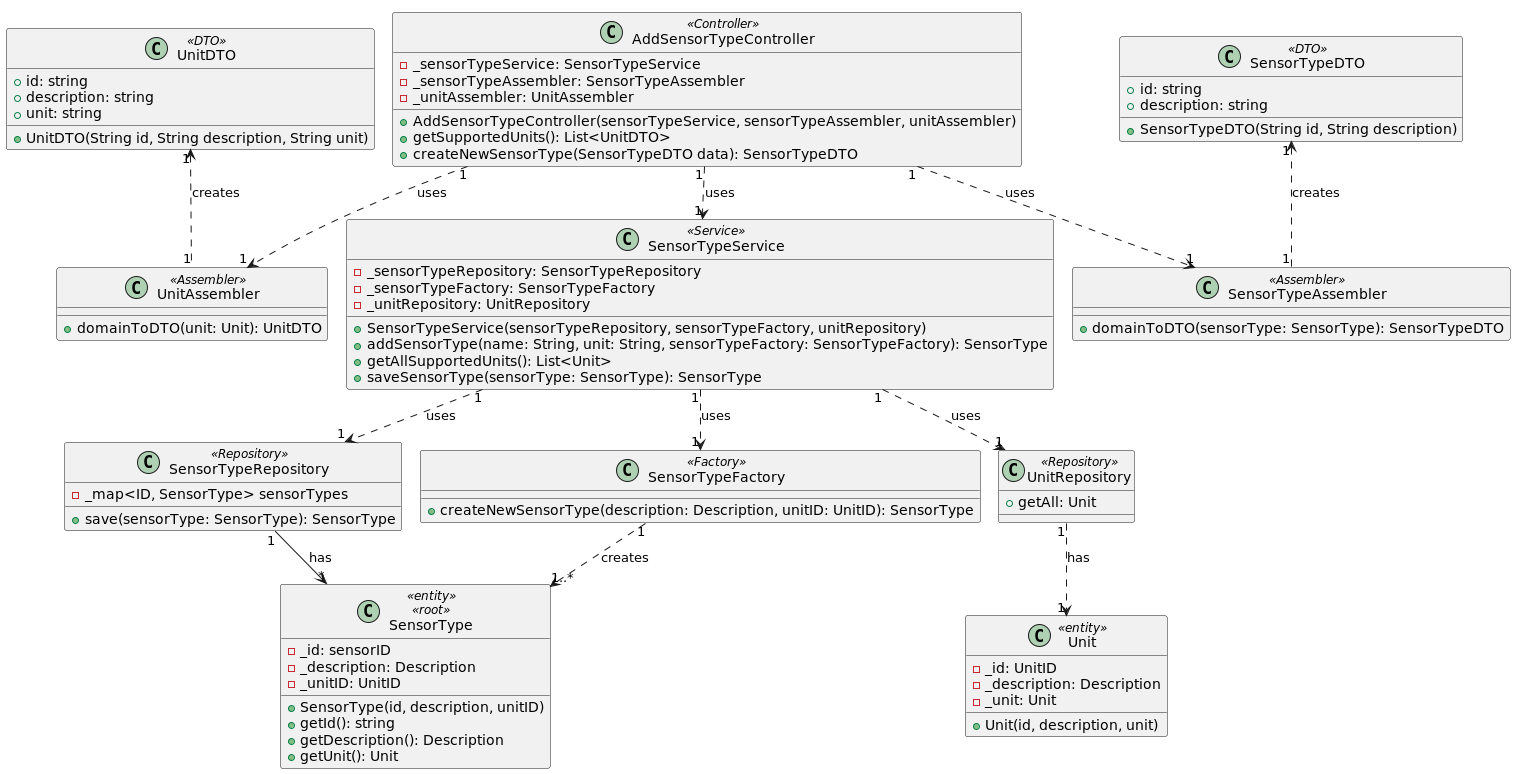
Above: docs/userStories/us04/artifacts/US04CD.png in olivDiogo/SmartHome (PlantUML), before the change. Source of this version:
```plantuml
@startuml
!pragma layout smetana

class SensorType<<entity>> <<root>> {
  - _id: sensorID
  - _description: Description
  - _unitID: UnitID
  + SensorType(id, description, unitID)
  + getId(): string
  + getDescription(): Description
  + getUnit(): Unit
  }

class SensorTypeFactory<<Factory>> {
  + createNewSensorType(description: Description, unitID: UnitID): SensorType
  }

class SensorTypeRepository<<Repository>> {
  - _map<ID, SensorType> sensorTypes
  + save(sensorType: SensorType): SensorType
  }
class SensorTypeService<<Service>> {
    - _sensorTypeRepository: SensorTypeRepository
    - _sensorTypeFactory: SensorTypeFactory
    - _unitRepository: UnitRepository
  + SensorTypeService(sensorTypeRepository, sensorTypeFactory, unitRepository)
  + addSensorType(name: String, unit: String, sensorTypeFactory: SensorTypeFactory): SensorType
  + getAllSupportedUnits(): List<Unit>
  + saveSensorType(sensorType: SensorType): SensorType
  }
  class UnitRepository<<Repository>> {

    + getAll: Unit
    }
class Unit<<entity>> {
  - _id: UnitID
  - _description: Description
  - _unit: Unit
  + Unit(id, description, unit)
  }
class AddSensorTypeController<<Controller>> {
  - _sensorTypeService: SensorTypeService
  - _sensorTypeAssembler: SensorTypeAssembler
  - _unitAssembler: UnitAssembler
  + AddSensorTypeController(sensorTypeService, sensorTypeAssembler, unitAssembler)
  + getSupportedUnits(): List<UnitDTO>
  + createNewSensorType(SensorTypeDTO data): SensorTypeDTO
  }
class SensorTypeDTO<<DTO>> {
+ id: string
+ description: string
+ SensorTypeDTO(String id, String description)
}
class SensorTypeAssembler<<Assembler>> {
  + domainToDTO(sensorType: SensorType): SensorTypeDTO
  }
class UnitAssembler<<Assembler>> {
  + domainToDTO(unit: Unit): UnitDTO
  }
class UnitDTO<<DTO>> {
  + id: string
  + description: string
  + unit: string
  + UnitDTO(String id, String description, String unit)
  }




SensorTypeRepository"1" -down-> "*"SensorType: has
SensorTypeService"1" .down.> "1"SensorTypeFactory: uses
SensorTypeService"1" .down.> "1"SensorTypeRepository: uses
SensorTypeService"1" .down.> "1"UnitRepository: uses
UnitRepository"1" .down.> "1"Unit: has
SensorTypeFactory"1" .down.> "1..*"SensorType: creates
AddSensorTypeController"1" .down.> "1"SensorTypeService: uses
AddSensorTypeController"1" .down.> "1"SensorTypeAssembler: uses
SensorTypeAssembler"1" .up.> "1"SensorTypeDTO: creates
AddSensorTypeController"1" .down.> "1"UnitAssembler: uses
UnitAssembler"1" .up.> "1"UnitDTO: creates




@enduml
```
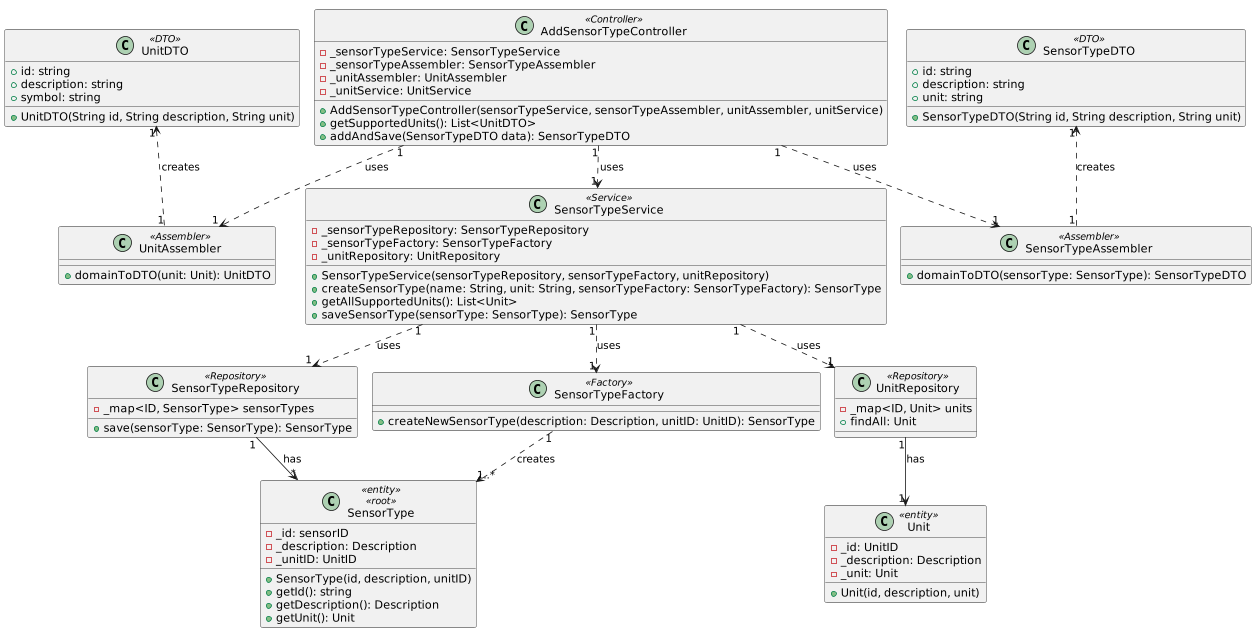
After the commit.

The edit, as a diff of the source:
```diff
@@ -24,13 +24,13 @@
     - _sensorTypeFactory: SensorTypeFactory
     - _unitRepository: UnitRepository
   + SensorTypeService(sensorTypeRepository, sensorTypeFactory, unitRepository)
-  + addSensorType(name: String, unit: String, sensorTypeFactory: SensorTypeFactory): SensorType
+  + createSensorType(name: String, unit: String, sensorTypeFactory: SensorTypeFactory): SensorType
   + getAllSupportedUnits(): List<Unit>
   + saveSensorType(sensorType: SensorType): SensorType
   }
   class UnitRepository<<Repository>> {
-
-    + getAll: Unit
+    - _map<ID, Unit> units
+    + findAll: Unit
     }
 class Unit<<entity>> {
   - _id: UnitID
@@ -42,14 +42,16 @@
   - _sensorTypeService: SensorTypeService
   - _sensorTypeAssembler: SensorTypeAssembler
   - _unitAssembler: UnitAssembler
-  + AddSensorTypeController(sensorTypeService, sensorTypeAssembler, unitAssembler)
+  - _unitService: UnitService
+  + AddSensorTypeController(sensorTypeService, sensorTypeAssembler, unitAssembler, unitService)
   + getSupportedUnits(): List<UnitDTO>
-  + createNewSensorType(SensorTypeDTO data): SensorTypeDTO
+  + addAndSave(SensorTypeDTO data): SensorTypeDTO
   }
 class SensorTypeDTO<<DTO>> {
 + id: string
 + description: string
-+ SensorTypeDTO(String id, String description)
++ unit: string
++ SensorTypeDTO(String id, String description, String unit)
 }
 class SensorTypeAssembler<<Assembler>> {
   + domainToDTO(sensorType: SensorType): SensorTypeDTO
@@ -60,7 +62,7 @@
 class UnitDTO<<DTO>> {
   + id: string
   + description: string
-  + unit: string
+  + symbol: string
   + UnitDTO(String id, String description, String unit)
   }
 
@@ -70,8 +72,8 @@
 SensorTypeRepository"1" -down-> "*"SensorType: has
 SensorTypeService"1" .down.> "1"SensorTypeFactory: uses
 SensorTypeService"1" .down.> "1"SensorTypeRepository: uses
-SensorTypeService"1" .down.> "1"UnitRepository: uses
-UnitRepository"1" .down.> "1"Unit: has
+SensorTypeService"1" .down-> "1"UnitRepository: uses
+UnitRepository"1" -down-> "1"Unit: has
 SensorTypeFactory"1" .down.> "1..*"SensorType: creates
 AddSensorTypeController"1" .down.> "1"SensorTypeService: uses
 AddSensorTypeController"1" .down.> "1"SensorTypeAssembler: uses
```
